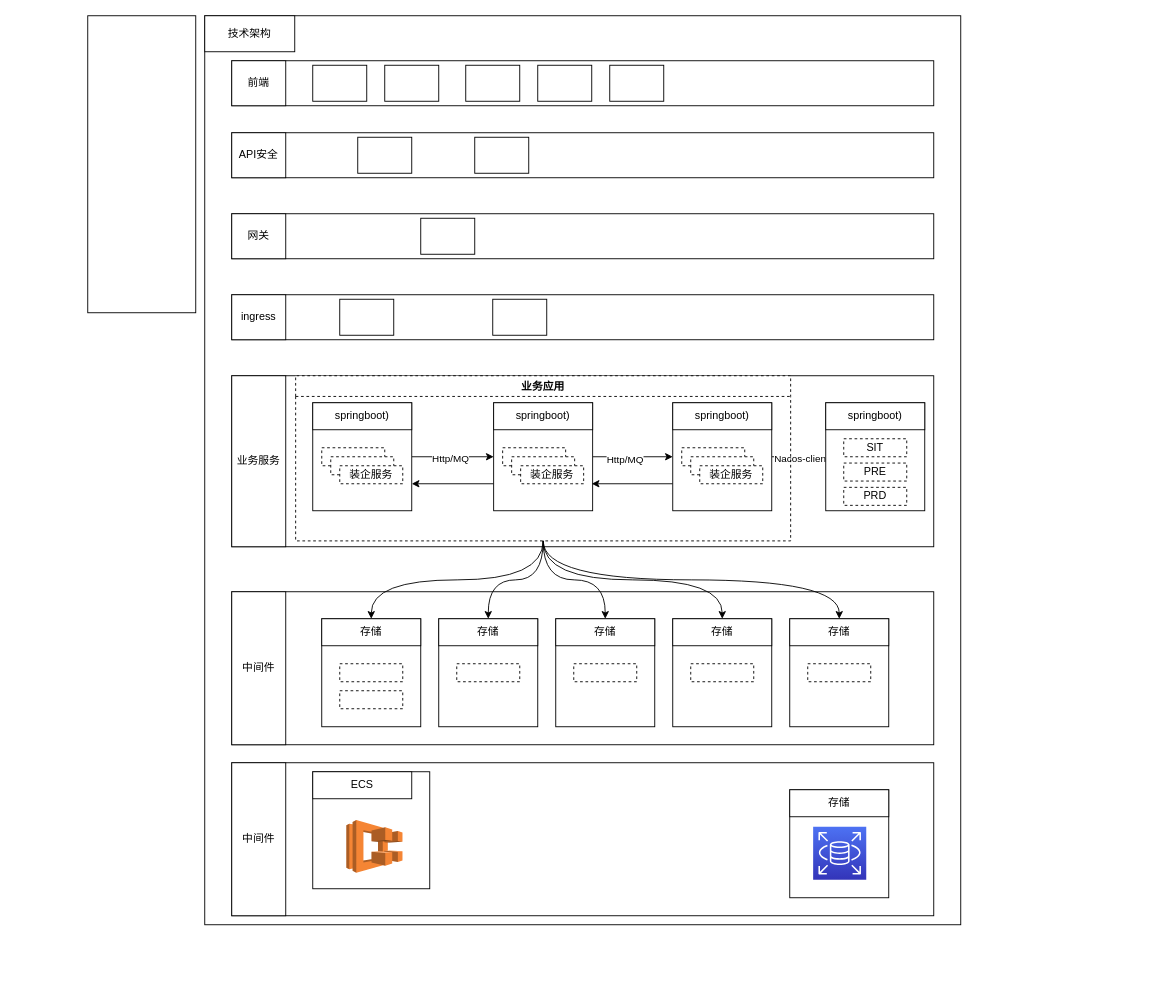
This is Untitled Diagram.drawio from Msimplehub/abbysun, a draw.io file, before an edit. Source tidied: cells renumbered, new cells numbered last; positions are measured from the earlier drawing's top-left corner, leaving out a move shared by most shapes. Both pictures are drawn from the tidied source at 90%, with x=0, y=0 at pixel (87, 15).
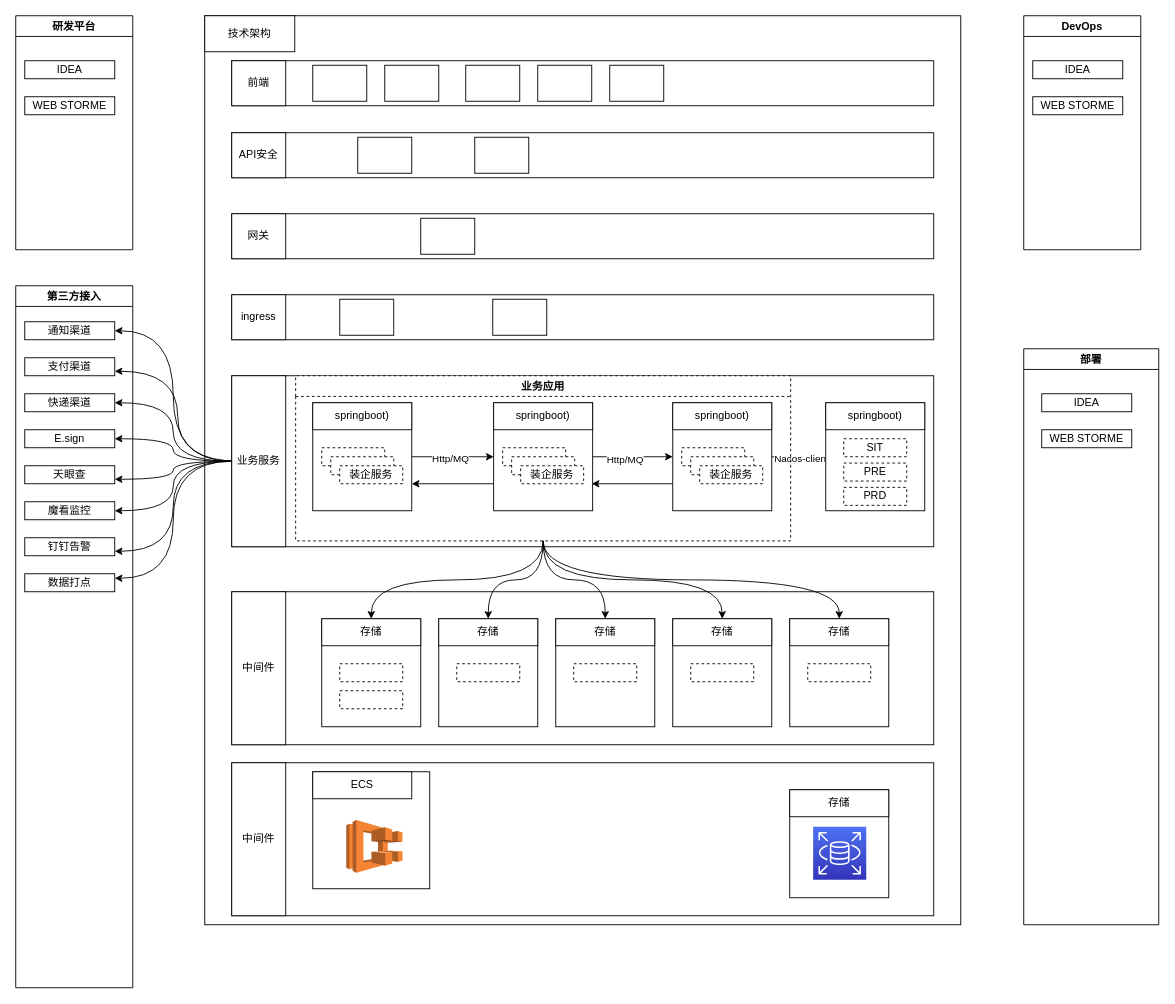
The same diagram, later.

Unchanged cells that the change refers to:
```xml
<mxCell id="13" value="业务服务" style="rounded=0;whiteSpace=wrap;html=1;" parent="1" vertex="1">
  <mxGeometry x="160" y="400" width="60" height="190" as="geometry" />
</mxCell>
```

Diff of the diagram source:
```diff
@@
+    <mxCell id="85" style="edgeStyle=orthogonalEdgeStyle;curved=1;rounded=0;jettySize=auto;html=1;exitX=0;exitY=0.5;exitDx=0;exitDy=0;entryX=1;entryY=0.5;entryDx=0;entryDy=0;" parent="1" edge="1" source="13" target="97">
+      <mxGeometry relative="1" as="geometry" />
+    </mxCell>
+    <mxCell id="86" style="edgeStyle=orthogonalEdgeStyle;curved=1;rounded=0;jettySize=auto;html=1;entryX=1;entryY=0.75;entryDx=0;entryDy=0;" parent="1" edge="1" target="98">
+      <mxGeometry relative="1" as="geometry">
+        <mxPoint x="170" y="495" as="sourcePoint" />
+      </mxGeometry>
+    </mxCell>
+    <mxCell id="87" style="edgeStyle=orthogonalEdgeStyle;curved=1;rounded=0;jettySize=auto;html=1;exitX=0;exitY=0.5;exitDx=0;exitDy=0;entryX=1;entryY=0.5;entryDx=0;entryDy=0;" parent="1" edge="1" source="13" target="99">
+      <mxGeometry relative="1" as="geometry" />
+    </mxCell>
+    <mxCell id="88" style="edgeStyle=orthogonalEdgeStyle;curved=1;rounded=0;jettySize=auto;html=1;exitX=0;exitY=0.5;exitDx=0;exitDy=0;entryX=1;entryY=0.5;entryDx=0;entryDy=0;" parent="1" edge="1" source="13" target="100">
+      <mxGeometry relative="1" as="geometry" />
+    </mxCell>
+    <mxCell id="89" style="edgeStyle=orthogonalEdgeStyle;curved=1;rounded=0;jettySize=auto;html=1;exitX=0;exitY=0.5;exitDx=0;exitDy=0;entryX=1;entryY=0.75;entryDx=0;entryDy=0;" parent="1" edge="1" source="13" target="101">
+      <mxGeometry relative="1" as="geometry" />
+    </mxCell>
+    <mxCell id="90" style="edgeStyle=orthogonalEdgeStyle;curved=1;rounded=0;jettySize=auto;html=1;exitX=0;exitY=0.5;exitDx=0;exitDy=0;entryX=1;entryY=0.5;entryDx=0;entryDy=0;" parent="1" edge="1" source="13" target="102">
+      <mxGeometry relative="1" as="geometry" />
+    </mxCell>
+    <mxCell id="91" style="edgeStyle=orthogonalEdgeStyle;curved=1;rounded=0;jettySize=auto;html=1;exitX=0;exitY=0.5;exitDx=0;exitDy=0;entryX=1;entryY=0.75;entryDx=0;entryDy=0;" parent="1" edge="1" source="13" target="103">
+      <mxGeometry relative="1" as="geometry" />
+    </mxCell>
+    <mxCell id="92" style="edgeStyle=orthogonalEdgeStyle;curved=1;rounded=0;jettySize=auto;html=1;exitX=0;exitY=0.5;exitDx=0;exitDy=0;entryX=1;entryY=0.25;entryDx=0;entryDy=0;" parent="1" edge="1" source="13" target="104">
+      <mxGeometry relative="1" as="geometry" />
+    </mxCell>
@@
-    <mxCell id="84" style="rounded=0;whiteSpace=wrap;html=1;" parent="1" vertex="1">
-      <mxGeometry width="120" height="330" as="geometry" />
-    </mxCell>
+    <mxCell id="93" value="研发平台" style="swimlane;" parent="1" vertex="1">
+      <mxGeometry x="-80" width="130" height="260" as="geometry" />
+    </mxCell>
+    <mxCell id="94" value="IDEA" style="rounded=0;whiteSpace=wrap;html=1;" parent="93" vertex="1">
+      <mxGeometry x="10" y="50" width="100" height="20" as="geometry" />
+    </mxCell>
+    <mxCell id="95" value="第三方接入" style="swimlane;" parent="1" vertex="1">
+      <mxGeometry x="-80" y="300" width="130" height="780" as="geometry" />
+    </mxCell>
+    <mxCell id="96" value="WEB STORME" style="rounded=0;whiteSpace=wrap;html=1;" parent="1" vertex="1">
+      <mxGeometry x="-70" y="90" width="100" height="20" as="geometry" />
+    </mxCell>
+    <mxCell id="97" value="通知渠道" style="rounded=0;whiteSpace=wrap;html=1;" parent="1" vertex="1">
+      <mxGeometry x="-70" y="340" width="100" height="20" as="geometry" />
+    </mxCell>
+    <mxCell id="98" value="支付渠道" style="rounded=0;whiteSpace=wrap;html=1;" parent="1" vertex="1">
+      <mxGeometry x="-70" y="380" width="100" height="20" as="geometry" />
+    </mxCell>
+    <mxCell id="99" value="快递渠道" style="rounded=0;whiteSpace=wrap;html=1;" parent="1" vertex="1">
+      <mxGeometry x="-70" y="420" width="100" height="20" as="geometry" />
+    </mxCell>
+    <mxCell id="100" value="E.sign" style="rounded=0;whiteSpace=wrap;html=1;" parent="1" vertex="1">
+      <mxGeometry x="-70" y="460" width="100" height="20" as="geometry" />
+    </mxCell>
+    <mxCell id="101" value="天眼查" style="rounded=0;whiteSpace=wrap;html=1;" parent="1" vertex="1">
+      <mxGeometry x="-70" y="500" width="100" height="20" as="geometry" />
+    </mxCell>
+    <mxCell id="102" value="魔看监控" style="rounded=0;whiteSpace=wrap;html=1;" parent="1" vertex="1">
+      <mxGeometry x="-70" y="540" width="100" height="20" as="geometry" />
+    </mxCell>
+    <mxCell id="103" value="钉钉告警" style="rounded=0;whiteSpace=wrap;html=1;" parent="1" vertex="1">
+      <mxGeometry x="-70" y="580" width="100" height="20" as="geometry" />
+    </mxCell>
+    <mxCell id="104" value="数据打点" style="rounded=0;whiteSpace=wrap;html=1;" parent="1" vertex="1">
+      <mxGeometry x="-70" y="620" width="100" height="20" as="geometry" />
+    </mxCell>
+    <mxCell id="105" value="DevOps" style="swimlane;" parent="1" vertex="1">
+      <mxGeometry x="1040" width="130" height="260" as="geometry" />
+    </mxCell>
+    <mxCell id="106" value="IDEA" style="rounded=0;whiteSpace=wrap;html=1;" parent="105" vertex="1">
+      <mxGeometry x="10" y="50" width="100" height="20" as="geometry" />
+    </mxCell>
+    <mxCell id="107" value="WEB STORME" style="rounded=0;whiteSpace=wrap;html=1;" parent="1" vertex="1">
+      <mxGeometry x="1050" y="90" width="100" height="20" as="geometry" />
+    </mxCell>
+    <mxCell id="108" value="部署" style="swimlane;" parent="1" vertex="1">
+      <mxGeometry x="1040" y="370" width="150" height="640" as="geometry" />
+    </mxCell>
+    <mxCell id="109" value="IDEA" style="rounded=0;whiteSpace=wrap;html=1;" parent="108" vertex="1">
+      <mxGeometry x="20" y="50" width="100" height="20" as="geometry" />
+    </mxCell>
+    <mxCell id="110" value="WEB STORME" style="rounded=0;whiteSpace=wrap;html=1;" parent="1" vertex="1">
+      <mxGeometry x="1060" y="460" width="100" height="20" as="geometry" />
+    </mxCell>
```
